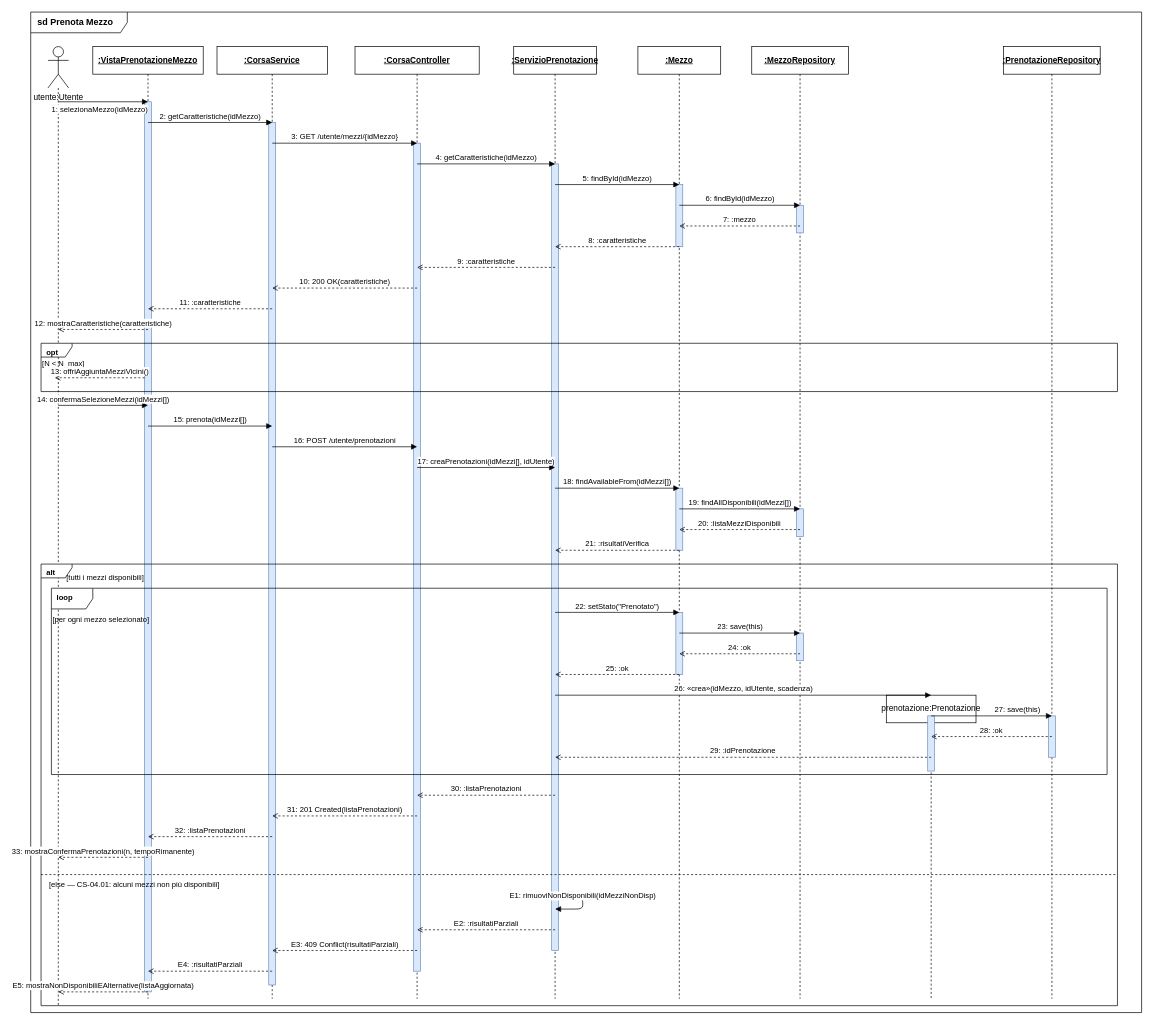
This is docs/Diagrammi/Diagrammi di Sequenza/sequence_prenota_mezzo.drawio from FrancescoGiannulo/SmartMobility, a draw.io file, before an edit. Source tidied: cells renumbered, new cells numbered last; positions are measured from the earlier drawing's top-left corner, leaving out a move shared by most shapes. Both pictures are drawn from the tidied source at 69%, with x=0, y=0 at pixel (30, 12).
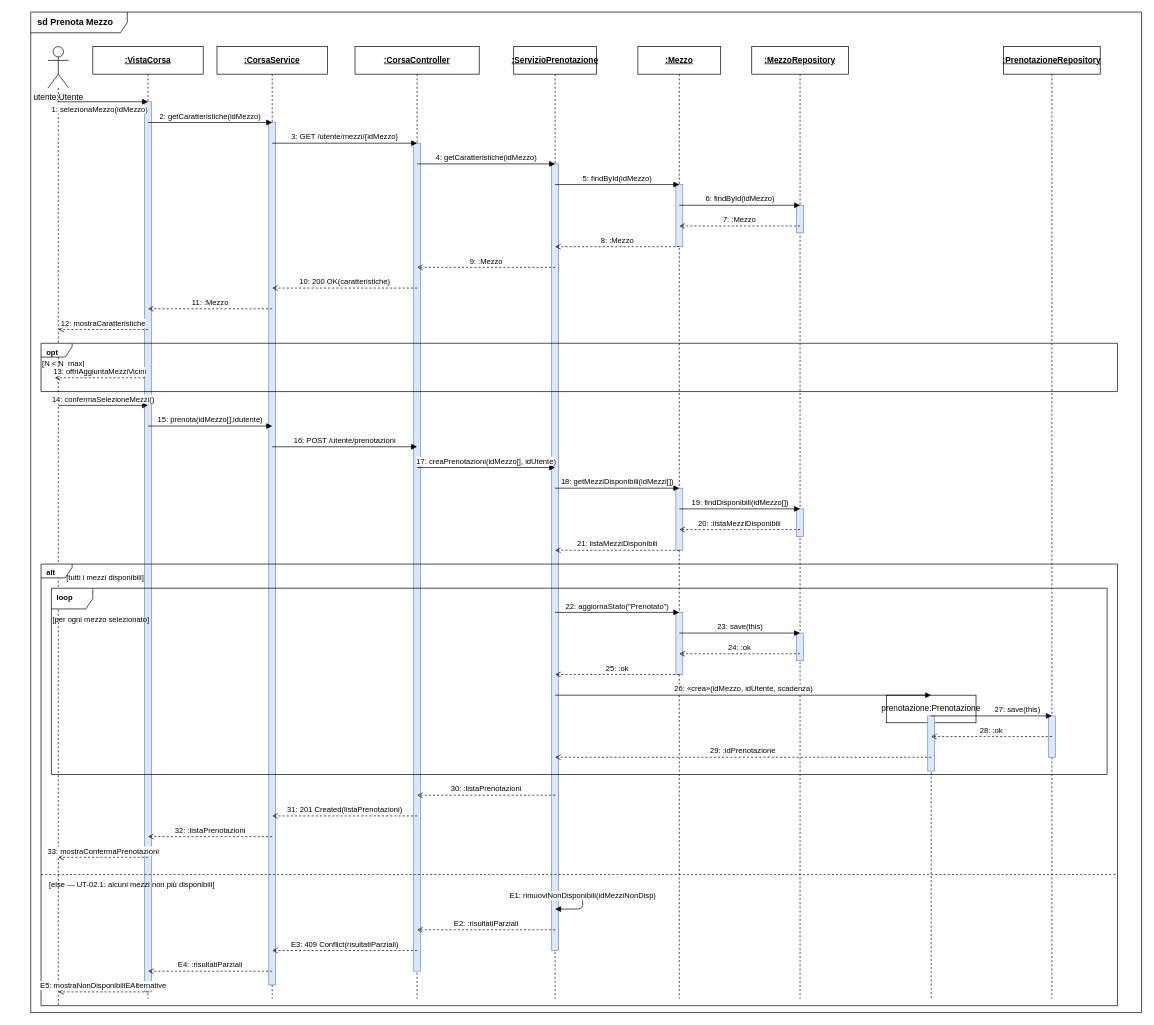
After the change.

Commit message (it also covers changes not shown here):
update diagrammi sequenza

The change refers to these unchanged cells:
```xml
<mxCell id="37" value="opt" style="shape=umlFrame;whiteSpace=wrap;html=1;fontSize=11;fontStyle=1;align=left;spacingLeft=6;verticalAlign=top;width=45;height=20;" parent="1" vertex="1">
  <mxGeometry x="15" y="480" width="1560" height="70" as="geometry" />
</mxCell>
<mxCell id="48" value="alt" style="shape=umlFrame;whiteSpace=wrap;html=1;fontSize=11;fontStyle=1;align=left;spacingLeft=6;verticalAlign=top;width=45;height=20;" parent="1" vertex="1">
  <mxGeometry x="15" y="800" width="1560" height="640" as="geometry" />
</mxCell>
```

Diff of the diagram source:
```diff
@@
-    <mxCell id="4" style="endArrow=none;dashed=1;html=1;strokeColor=#000000;strokeWidth=1;" parent="1" edge="1">
-      <mxGeometry relative="1" as="geometry">
-        <mxPoint x="40" y="110" as="sourcePoint" />
-        <mxPoint x="40" y="1440" as="targetPoint" />
-      </mxGeometry>
-    </mxCell>
-    <mxCell id="5" value="&lt;b&gt;&lt;u&gt;:VistaPrenotazioneMezzo&lt;/u&gt;&lt;/b&gt;" style="shape=umlLifeline;perimeter=lifelinePerimeter;whiteSpace=wrap;html=1;" parent="1" vertex="1">
-      <mxGeometry x="90" y="50" width="160" height="1380" as="geometry" />
-    </mxCell>
+    <mxCell id="71" style="endArrow=none;dashed=1;html=1;strokeColor=#000000;strokeWidth=1;" parent="1" edge="1">
+      <mxGeometry relative="1" as="geometry">
+        <mxPoint x="40" y="110" as="sourcePoint" />
+        <mxPoint x="40" y="1440" as="targetPoint" />
+      </mxGeometry>
+    </mxCell>
+    <mxCell id="72" value="&lt;b&gt;&lt;u&gt;:VistaCorsa&lt;/u&gt;&lt;/b&gt;" style="shape=umlLifeline;perimeter=lifelinePerimeter;whiteSpace=wrap;html=1;" parent="1" vertex="1">
+      <mxGeometry x="90" y="50" width="160" height="1380" as="geometry" />
+    </mxCell>
-    <mxCell id="6" style="html=1;perimeter=mxPerimeter.rectanglePerimeter;fillColor=#dae8fc;strokeColor=#6c8ebf;" parent="5" vertex="1">
+    <mxCell id="6" style="html=1;perimeter=mxPerimeter.rectanglePerimeter;fillColor=#dae8fc;strokeColor=#6c8ebf;" parent="72" vertex="1">
       <mxGeometry x="75" y="80" width="10" height="1290" as="geometry" />
     </mxCell>
@@
-    <mxCell id="31" value="7: :mezzo" style="html=1;verticalAlign=bottom;dashed=1;endArrow=open;endFill=0;" parent="1" edge="1">
-      <mxGeometry relative="1" as="geometry">
-        <mxPoint x="1115" y="310" as="sourcePoint" />
-        <mxPoint x="940" y="310" as="targetPoint" />
-      </mxGeometry>
-    </mxCell>
-    <mxCell id="32" value="8: :caratteristiche" style="html=1;verticalAlign=bottom;dashed=1;endArrow=open;endFill=0;" parent="1" edge="1">
-      <mxGeometry relative="1" as="geometry">
-        <mxPoint x="940" y="340" as="sourcePoint" />
-        <mxPoint x="760" y="340" as="targetPoint" />
-      </mxGeometry>
-    </mxCell>
-    <mxCell id="33" value="9: :caratteristiche" style="html=1;verticalAlign=bottom;dashed=1;endArrow=open;endFill=0;" parent="1" edge="1">
-      <mxGeometry relative="1" as="geometry">
-        <mxPoint x="760" y="370" as="sourcePoint" />
-        <mxPoint x="560" y="370" as="targetPoint" />
-      </mxGeometry>
-    </mxCell>
+    <mxCell id="73" value="7: :Mezzo" style="html=1;verticalAlign=bottom;dashed=1;endArrow=open;endFill=0;" parent="1" edge="1">
+      <mxGeometry relative="1" as="geometry">
+        <mxPoint x="1115" y="310" as="sourcePoint" />
+        <mxPoint x="940" y="310" as="targetPoint" />
+      </mxGeometry>
+    </mxCell>
+    <mxCell id="74" value="8: :Mezzo" style="html=1;verticalAlign=bottom;dashed=1;endArrow=open;endFill=0;" parent="1" edge="1">
+      <mxGeometry relative="1" as="geometry">
+        <mxPoint x="940" y="340" as="sourcePoint" />
+        <mxPoint x="760" y="340" as="targetPoint" />
+      </mxGeometry>
+    </mxCell>
+    <mxCell id="75" value="9: :Mezzo" style="html=1;verticalAlign=bottom;dashed=1;endArrow=open;endFill=0;" parent="1" edge="1">
+      <mxGeometry relative="1" as="geometry">
+        <mxPoint x="760" y="370" as="sourcePoint" />
+        <mxPoint x="560" y="370" as="targetPoint" />
+      </mxGeometry>
+    </mxCell>
@@
-    <mxCell id="35" value="11: :caratteristiche" style="html=1;verticalAlign=bottom;dashed=1;endArrow=open;endFill=0;" parent="1" edge="1">
-      <mxGeometry relative="1" as="geometry">
-        <mxPoint x="350" y="430" as="sourcePoint" />
-        <mxPoint x="170" y="430" as="targetPoint" />
-      </mxGeometry>
-    </mxCell>
-    <mxCell id="36" value="12: mostraCaratteristiche(caratteristiche)" style="html=1;verticalAlign=bottom;dashed=1;endArrow=open;endFill=0;" parent="1" edge="1">
-      <mxGeometry relative="1" as="geometry">
-        <mxPoint x="170" y="460" as="sourcePoint" />
-        <mxPoint x="40" y="460" as="targetPoint" />
-      </mxGeometry>
-    </mxCell>
+    <mxCell id="76" value="11: :Mezzo" style="html=1;verticalAlign=bottom;dashed=1;endArrow=open;endFill=0;" parent="1" edge="1">
+      <mxGeometry relative="1" as="geometry">
+        <mxPoint x="350" y="430" as="sourcePoint" />
+        <mxPoint x="170" y="430" as="targetPoint" />
+      </mxGeometry>
+    </mxCell>
+    <mxCell id="77" value="12: mostraCaratteristiche" style="html=1;verticalAlign=bottom;dashed=1;endArrow=open;endFill=0;" parent="1" edge="1">
+      <mxGeometry relative="1" as="geometry">
+        <mxPoint x="170" y="460" as="sourcePoint" />
+        <mxPoint x="40" y="460" as="targetPoint" />
+      </mxGeometry>
+    </mxCell>
@@
-    <mxCell id="39" value="13: offriAggiuntaMezziVicini()" style="html=1;verticalAlign=bottom;dashed=1;endArrow=open;endFill=0;" parent="37" edge="1">
-      <mxGeometry relative="1" as="geometry">
-        <mxPoint x="150" y="50" as="sourcePoint" />
-        <mxPoint x="20" y="50" as="targetPoint" />
-      </mxGeometry>
-    </mxCell>
-    <mxCell id="40" value="14: confermaSelezioneMezzi(idMezzi[])" style="html=1;verticalAlign=bottom;endArrow=block;endFill=1;" parent="1" edge="1">
-      <mxGeometry relative="1" as="geometry">
-        <mxPoint x="40" y="570" as="sourcePoint" />
-        <mxPoint x="170" y="570" as="targetPoint" />
-      </mxGeometry>
-    </mxCell>
-    <mxCell id="41" value="15: prenota(idMezzi[])" style="html=1;verticalAlign=bottom;endArrow=block;endFill=1;" parent="1" edge="1">
-      <mxGeometry relative="1" as="geometry">
-        <mxPoint x="170" y="600" as="sourcePoint" />
-        <mxPoint x="350" y="600" as="targetPoint" />
-      </mxGeometry>
-    </mxCell>
+    <mxCell id="78" value="13: offriAggiuntaMezziVicini" style="html=1;verticalAlign=bottom;dashed=1;endArrow=open;endFill=0;" parent="37" edge="1">
+      <mxGeometry relative="1" as="geometry">
+        <mxPoint x="150" y="50" as="sourcePoint" />
+        <mxPoint x="20" y="50" as="targetPoint" />
+      </mxGeometry>
+    </mxCell>
+    <mxCell id="79" value="14: confermaSelezioneMezzi()" style="html=1;verticalAlign=bottom;endArrow=block;endFill=1;" parent="1" edge="1">
+      <mxGeometry relative="1" as="geometry">
+        <mxPoint x="40" y="570" as="sourcePoint" />
+        <mxPoint x="170" y="570" as="targetPoint" />
+      </mxGeometry>
+    </mxCell>
+    <mxCell id="80" value="15: prenota(idMezzo[],idutente)" style="html=1;verticalAlign=bottom;endArrow=block;endFill=1;" parent="1" edge="1">
+      <mxGeometry relative="1" as="geometry">
+        <mxPoint x="170" y="600" as="sourcePoint" />
+        <mxPoint x="350" y="600" as="targetPoint" />
+      </mxGeometry>
+    </mxCell>
@@
-    <mxCell id="43" value="17: creaPrenotazioni(idMezzi[], idUtente)" style="html=1;verticalAlign=bottom;endArrow=block;endFill=1;" parent="1" edge="1">
-      <mxGeometry relative="1" as="geometry">
-        <mxPoint x="560" y="660" as="sourcePoint" />
-        <mxPoint x="760" y="660" as="targetPoint" />
-      </mxGeometry>
-    </mxCell>
-    <mxCell id="44" value="18: findAvailableFrom(idMezzi[])" style="html=1;verticalAlign=bottom;endArrow=block;endFill=1;" parent="1" edge="1">
-      <mxGeometry relative="1" as="geometry">
-        <mxPoint x="760" y="690" as="sourcePoint" />
-        <mxPoint x="940" y="690" as="targetPoint" />
-      </mxGeometry>
-    </mxCell>
-    <mxCell id="45" value="19: findAllDisponibili(idMezzi[])" style="html=1;verticalAlign=bottom;endArrow=block;endFill=1;" parent="1" edge="1">
-      <mxGeometry relative="1" as="geometry">
-        <mxPoint x="940" y="720" as="sourcePoint" />
-        <mxPoint x="1115" y="720" as="targetPoint" />
-      </mxGeometry>
-    </mxCell>
+    <mxCell id="81" value="17: creaPrenotazioni(idMezzo[], idUtente)" style="html=1;verticalAlign=bottom;endArrow=block;endFill=1;" parent="1" edge="1">
+      <mxGeometry relative="1" as="geometry">
+        <mxPoint x="560" y="660" as="sourcePoint" />
+        <mxPoint x="760" y="660" as="targetPoint" />
+      </mxGeometry>
+    </mxCell>
+    <mxCell id="82" value="18: getMezziDisponibili(idMezzi[])" style="html=1;verticalAlign=bottom;endArrow=block;endFill=1;" parent="1" edge="1">
+      <mxGeometry relative="1" as="geometry">
+        <mxPoint x="760" y="690" as="sourcePoint" />
+        <mxPoint x="940" y="690" as="targetPoint" />
+      </mxGeometry>
+    </mxCell>
+    <mxCell id="83" value="19: findDisponibili(idMezzo[])" style="html=1;verticalAlign=bottom;endArrow=block;endFill=1;" parent="1" edge="1">
+      <mxGeometry relative="1" as="geometry">
+        <mxPoint x="940" y="720" as="sourcePoint" />
+        <mxPoint x="1115" y="720" as="targetPoint" />
+      </mxGeometry>
+    </mxCell>
@@
-    <mxCell id="47" value="21: :risultatiVerifica" style="html=1;verticalAlign=bottom;dashed=1;endArrow=open;endFill=0;" parent="1" edge="1">
-      <mxGeometry relative="1" as="geometry">
-        <mxPoint x="940" y="780" as="sourcePoint" />
-        <mxPoint x="760" y="780" as="targetPoint" />
-      </mxGeometry>
-    </mxCell>
+    <mxCell id="84" value="21: listaMezziDisponibili" style="html=1;verticalAlign=bottom;dashed=1;endArrow=open;endFill=0;" parent="1" edge="1">
+      <mxGeometry relative="1" as="geometry">
+        <mxPoint x="940" y="780" as="sourcePoint" />
+        <mxPoint x="760" y="780" as="targetPoint" />
+      </mxGeometry>
+    </mxCell>
@@
-    <mxCell id="51" value="[else — CS-04.01: alcuni mezzi non più disponibili]" style="text;html=1;align=left;verticalAlign=middle;strokeColor=none;fillColor=none;fontSize=11;" parent="48" vertex="1">
-      <mxGeometry x="10" y="455" width="380" height="20" as="geometry" />
-    </mxCell>
+    <mxCell id="85" value="[else — UT-02.1: alcuni mezzi non più disponibili]" style="text;html=1;align=left;verticalAlign=middle;strokeColor=none;fillColor=none;fontSize=11;" parent="48" vertex="1">
+      <mxGeometry x="10" y="450" width="260" height="30" as="geometry" />
+    </mxCell>
@@
-    <mxCell id="54" value="22: setStato(&quot;Prenotato&quot;)" style="html=1;verticalAlign=bottom;endArrow=block;endFill=1;" parent="1" edge="1">
-      <mxGeometry relative="1" as="geometry">
-        <mxPoint x="760" y="870" as="sourcePoint" />
-        <mxPoint x="940" y="870" as="targetPoint" />
-      </mxGeometry>
-    </mxCell>
+    <mxCell id="86" value="22: aggiornaStato(&quot;Prenotato&quot;)" style="html=1;verticalAlign=bottom;endArrow=block;endFill=1;" parent="1" edge="1">
+      <mxGeometry relative="1" as="geometry">
+        <mxPoint x="760" y="870" as="sourcePoint" />
+        <mxPoint x="940" y="870" as="targetPoint" />
+      </mxGeometry>
+    </mxCell>
@@
-    <mxCell id="65" value="33: mostraConfermaPrenotazioni(n, tempoRimanente)" style="html=1;verticalAlign=bottom;dashed=1;endArrow=open;endFill=0;" parent="1" edge="1">
-      <mxGeometry relative="1" as="geometry">
-        <mxPoint x="170" y="1225" as="sourcePoint" />
-        <mxPoint x="40" y="1225" as="targetPoint" />
-      </mxGeometry>
-    </mxCell>
+    <mxCell id="87" value="33: mostraConfermaPrenotazioni" style="html=1;verticalAlign=bottom;dashed=1;endArrow=open;endFill=0;" parent="1" edge="1">
+      <mxGeometry relative="1" as="geometry">
+        <mxPoint x="170" y="1225" as="sourcePoint" />
+        <mxPoint x="40" y="1225" as="targetPoint" />
+      </mxGeometry>
+    </mxCell>
@@
-    <mxCell id="70" value="E5: mostraNonDisponibiliEAlternative(listaAggiornata)" style="html=1;verticalAlign=bottom;dashed=1;endArrow=open;endFill=0;" parent="1" edge="1">
-      <mxGeometry relative="1" as="geometry">
-        <mxPoint x="170" y="1420" as="sourcePoint" />
-        <mxPoint x="40" y="1420" as="targetPoint" />
-      </mxGeometry>
-    </mxCell>
+    <mxCell id="88" value="E5: mostraNonDisponibiliEAlternative" style="html=1;verticalAlign=bottom;dashed=1;endArrow=open;endFill=0;" parent="1" edge="1">
+      <mxGeometry relative="1" as="geometry">
+        <mxPoint x="170" y="1420" as="sourcePoint" />
+        <mxPoint x="40" y="1420" as="targetPoint" />
+      </mxGeometry>
+    </mxCell>
```
